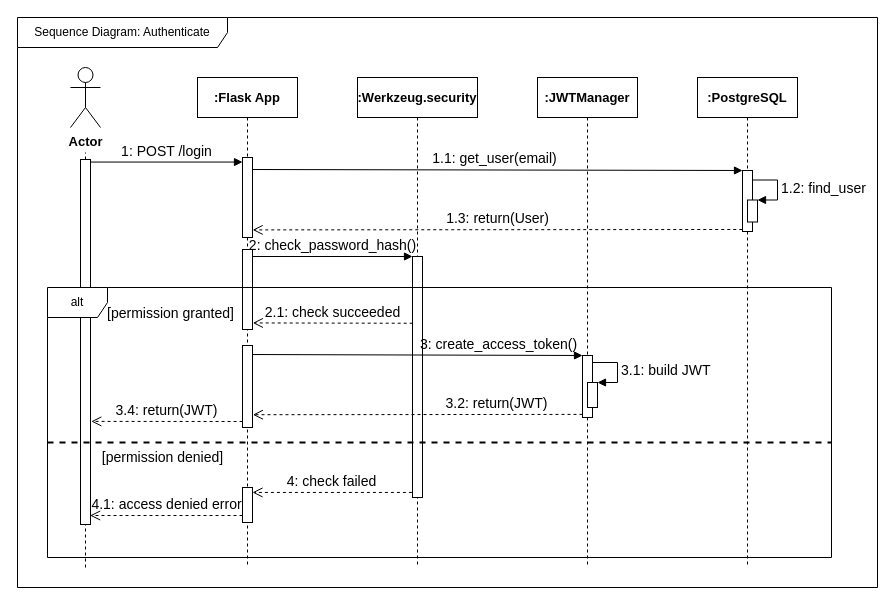
Earlier version of the draw.io diagram sequence_authenticate.drawio (DrXneaky/Diagram). Source tidied: cells renumbered, new cells numbered last; positions are measured from the earlier drawing's top-left corner, leaving out a move shared by most shapes. Both pictures are drawn from the tidied source at 100%, with x=0, y=0 at pixel (17, 17).
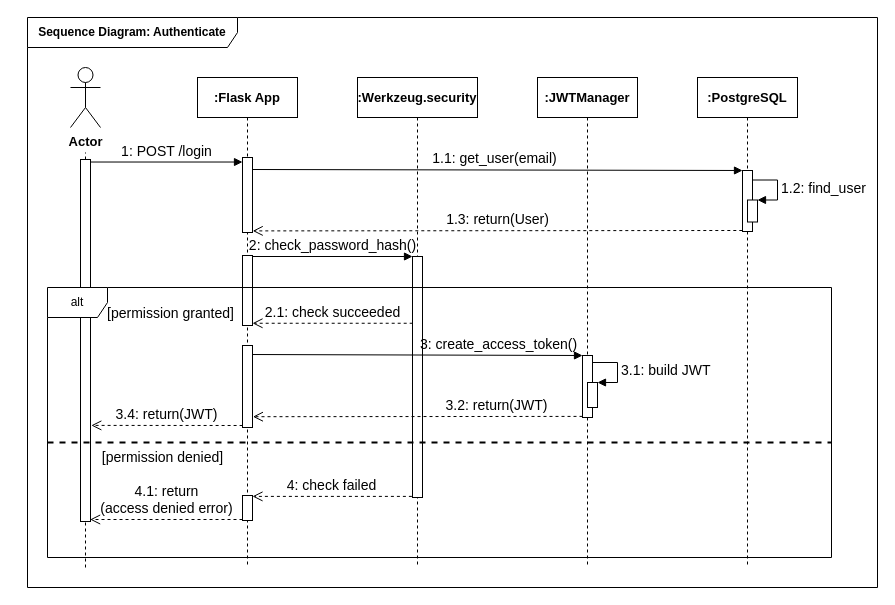
The same page after the edit.

The change refers to these unchanged cells:
```xml
<mxCell id="8" style="html=1;points=[];perimeter=orthogonalPerimeter;" parent="7" vertex="1">
  <mxGeometry x="45" y="93" width="10" height="61" as="geometry" />
</mxCell>
<mxCell id="13" style="html=1;points=[];perimeter=orthogonalPerimeter;" parent="1" vertex="1">
  <mxGeometry x="395" y="239" width="10" height="241" as="geometry" />
</mxCell>
<mxCell id="17" value="&lt;font face=&quot;Old Standard TT&quot; style=&quot;font-size: 13px&quot;&gt;&lt;b&gt;:Flask App&lt;/b&gt;&lt;/font&gt;" style="shape=umlLifeline;perimeter=lifelinePerimeter;whiteSpace=wrap;html=1;" parent="1" vertex="1">
  <mxGeometry x="180" y="60" width="100" height="490" as="geometry" />
</mxCell>
<mxCell id="20" style="html=1;points=[];perimeter=orthogonalPerimeter;strokeWidth=1;fillColor=#ffffff;" parent="17" vertex="1">
  <mxGeometry x="45" y="268" width="10" height="82" as="geometry" />
</mxCell>
<mxCell id="24" style="html=1;points=[];perimeter=orthogonalPerimeter;strokeWidth=1;fillColor=#ffffff;" parent="1" vertex="1">
  <mxGeometry x="565" y="338" width="10" height="62" as="geometry" />
</mxCell>
```

Diff of the diagram source:
```diff
@@
-    <mxCell id="2" value="Sequence Diagram: Authenticate" style="shape=umlFrame;whiteSpace=wrap;html=1;width=210;height=30;" parent="1" vertex="1">
-      <mxGeometry width="860" height="570" as="geometry" />
+    <mxCell id="2" value="&lt;font face=&quot;Old Standard TT&quot;&gt;&lt;b&gt;Sequence Diagram: Authenticate&lt;/b&gt;&lt;/font&gt;" style="shape=umlFrame;whiteSpace=wrap;html=1;width=210;height=30;" parent="1" vertex="1">
+      <mxGeometry x="10" width="850" height="570" as="geometry" />
     </mxCell>
@@
     <mxCell id="4" style="html=1;points=[];perimeter=orthogonalPerimeter;strokeWidth=1;fillColor=#ffffff;" parent="1" vertex="1">
-      <mxGeometry x="63" y="142" width="10" height="365" as="geometry" />
+      <mxGeometry x="63" y="142" width="10" height="362" as="geometry" />
     </mxCell>
@@
-    <mxCell id="12" value="&lt;font style=&quot;font-size: 14px&quot; face=&quot;Old Standard TT&quot;&gt;1.3: return(User)&lt;/font&gt;" style="html=1;verticalAlign=bottom;endArrow=open;dashed=1;endSize=8;exitX=-0.024;exitY=0.967;exitDx=0;exitDy=0;exitPerimeter=0;labelBackgroundColor=none;entryX=1.017;entryY=0.905;entryDx=0;entryDy=0;entryPerimeter=0;" parent="1" edge="1" source="8" target="18">
-      <mxGeometry relative="1" as="geometry" />
+    <mxCell id="12" value="&lt;font style=&quot;font-size: 14px&quot; face=&quot;Old Standard TT&quot;&gt;1.3: return(User)&lt;/font&gt;" style="html=1;verticalAlign=bottom;endArrow=open;dashed=1;endSize=8;exitX=-0.024;exitY=0.967;exitDx=0;exitDy=0;exitPerimeter=0;labelBackgroundColor=none;entryX=1.017;entryY=0.905;entryDx=0;entryDy=0;entryPerimeter=0;" parent="1" edge="1">
+      <mxGeometry relative="1" as="geometry">
+        <mxPoint x="724.8" y="213" as="sourcePoint" />
+        <mxPoint x="235.2" y="213.4" as="targetPoint" />
+      </mxGeometry>
     </mxCell>
@@
-    <mxCell id="15" value="&lt;font style=&quot;font-size: 14px&quot; face=&quot;Old Standard TT&quot;&gt;2.1: check succeeded&lt;/font&gt;" style="html=1;verticalAlign=bottom;endArrow=open;dashed=1;endSize=8;exitX=0.019;exitY=0.277;exitDx=0;exitDy=0;exitPerimeter=0;entryX=1.032;entryY=0.918;entryDx=0;entryDy=0;entryPerimeter=0;labelBackgroundColor=none;" parent="1" edge="1" source="13" target="19">
+    <mxCell id="15" value="&lt;font style=&quot;font-size: 14px&quot; face=&quot;Old Standard TT&quot;&gt;2.1: check succeeded&lt;/font&gt;" style="html=1;verticalAlign=bottom;endArrow=open;dashed=1;endSize=8;exitX=0.019;exitY=0.277;exitDx=0;exitDy=0;exitPerimeter=0;labelBackgroundColor=none;" parent="1" edge="1" source="13" target="19">
       <mxGeometry relative="1" as="geometry" />
     </mxCell>
@@
     <mxCell id="18" style="html=1;points=[];perimeter=orthogonalPerimeter;" parent="17" vertex="1">
-      <mxGeometry x="45" y="80" width="10" height="80" as="geometry" />
+      <mxGeometry x="45" y="80" width="10" height="75" as="geometry" />
     </mxCell>
     <mxCell id="19" style="html=1;points=[];perimeter=orthogonalPerimeter;" parent="17" vertex="1">
-      <mxGeometry x="45" y="172" width="10" height="80" as="geometry" />
+      <mxGeometry x="45" y="178" width="10" height="70" as="geometry" />
     </mxCell>
@@
     <mxCell id="21" style="html=1;points=[];perimeter=orthogonalPerimeter;shadow=0;strokeWidth=1;fillColor=#ffffff;" parent="17" vertex="1">
-      <mxGeometry x="45" y="410" width="10" height="35" as="geometry" />
+      <mxGeometry x="45" y="418" width="10" height="25" as="geometry" />
     </mxCell>
     <mxCell id="22" value="&lt;font face=&quot;Old Standard TT&quot; style=&quot;font-size: 14px&quot;&gt;3.4: return(JWT)&lt;/font&gt;" style="html=1;verticalAlign=bottom;endArrow=open;dashed=1;endSize=8;exitX=0.014;exitY=0.943;exitDx=0;exitDy=0;exitPerimeter=0;entryX=1.078;entryY=0.728;entryDx=0;entryDy=0;entryPerimeter=0;labelBackgroundColor=none;" parent="1" edge="1">
       <mxGeometry relative="1" as="geometry">
-        <mxPoint x="225.1" y="404" as="sourcePoint" />
-        <mxPoint x="73.8" y="403.9" as="targetPoint" />
+        <mxPoint x="225.1" y="408" as="sourcePoint" />
+        <mxPoint x="73.8" y="407.9" as="targetPoint" />
       </mxGeometry>
     </mxCell>
@@
-    <mxCell id="28" value="&lt;font style=&quot;font-size: 14px&quot; face=&quot;Old Standard TT&quot;&gt;4: check failed&lt;/font&gt;" style="html=1;verticalAlign=bottom;endArrow=open;dashed=1;endSize=8;exitX=-0.058;exitY=0.979;exitDx=0;exitDy=0;exitPerimeter=0;labelBackgroundColor=none;" parent="1" edge="1" source="13" target="21">
-      <mxGeometry relative="1" as="geometry" />
+    <mxCell id="28" value="&lt;font style=&quot;font-size: 14px&quot; face=&quot;Old Standard TT&quot;&gt;4: check failed&lt;/font&gt;" style="html=1;verticalAlign=bottom;endArrow=open;dashed=1;endSize=8;exitX=-0.058;exitY=0.979;exitDx=0;exitDy=0;exitPerimeter=0;labelBackgroundColor=none;" parent="1" edge="1">
+      <mxGeometry relative="1" as="geometry">
+        <mxPoint x="394.4" y="478.9" as="sourcePoint" />
+        <mxPoint x="235" y="478.9" as="targetPoint" />
+      </mxGeometry>
     </mxCell>
-    <mxCell id="29" value="&lt;font style=&quot;font-size: 14px&quot; face=&quot;Old Standard TT&quot;&gt;4.1: access denied error&lt;/font&gt;" style="html=1;verticalAlign=bottom;endArrow=open;dashed=1;endSize=8;entryX=0.962;entryY=0.913;entryDx=0;entryDy=0;entryPerimeter=0;labelBackgroundColor=none;" parent="1" edge="1" source="21">
+    <mxCell id="29" value="&lt;font style=&quot;font-size: 14px&quot; face=&quot;Old Standard TT&quot;&gt;4.1: return&lt;br&gt;(access denied error)&lt;/font&gt;" style="html=1;verticalAlign=bottom;endArrow=open;dashed=1;endSize=8;entryX=0.962;entryY=0.913;entryDx=0;entryDy=0;entryPerimeter=0;labelBackgroundColor=none;" parent="1" edge="1">
       <mxGeometry relative="1" as="geometry">
-        <mxPoint x="72.6" y="498" as="targetPoint" />
+        <mxPoint x="225" y="502" as="sourcePoint" />
+        <mxPoint x="72.6" y="502" as="targetPoint" />
       </mxGeometry>
     </mxCell>
@@
-    <mxCell id="33" value="&lt;font style=&quot;font-size: 14px&quot; face=&quot;Old Standard TT&quot;&gt;3.2: return(JWT)&lt;/font&gt;" style="html=1;verticalAlign=bottom;endArrow=open;dashed=1;endSize=8;exitX=0;exitY=0.95;labelBackgroundColor=none;entryX=1.037;entryY=0.844;entryDx=0;entryDy=0;entryPerimeter=0;" parent="1" edge="1" source="24" target="20">
-      <mxGeometry x="-0.48" relative="1" as="geometry" />
+    <mxCell id="33" value="&lt;font style=&quot;font-size: 14px&quot; face=&quot;Old Standard TT&quot;&gt;3.2: return(JWT)&lt;/font&gt;" style="html=1;verticalAlign=bottom;endArrow=open;dashed=1;endSize=8;exitX=0;exitY=0.95;labelBackgroundColor=none;entryX=1.037;entryY=0.844;entryDx=0;entryDy=0;entryPerimeter=0;" parent="1" edge="1">
+      <mxGeometry x="-0.48" relative="1" as="geometry">
+        <mxPoint x="565" y="398.9" as="sourcePoint" />
+        <mxPoint x="235.4" y="399.2" as="targetPoint" />
+      </mxGeometry>
     </mxCell>
```
